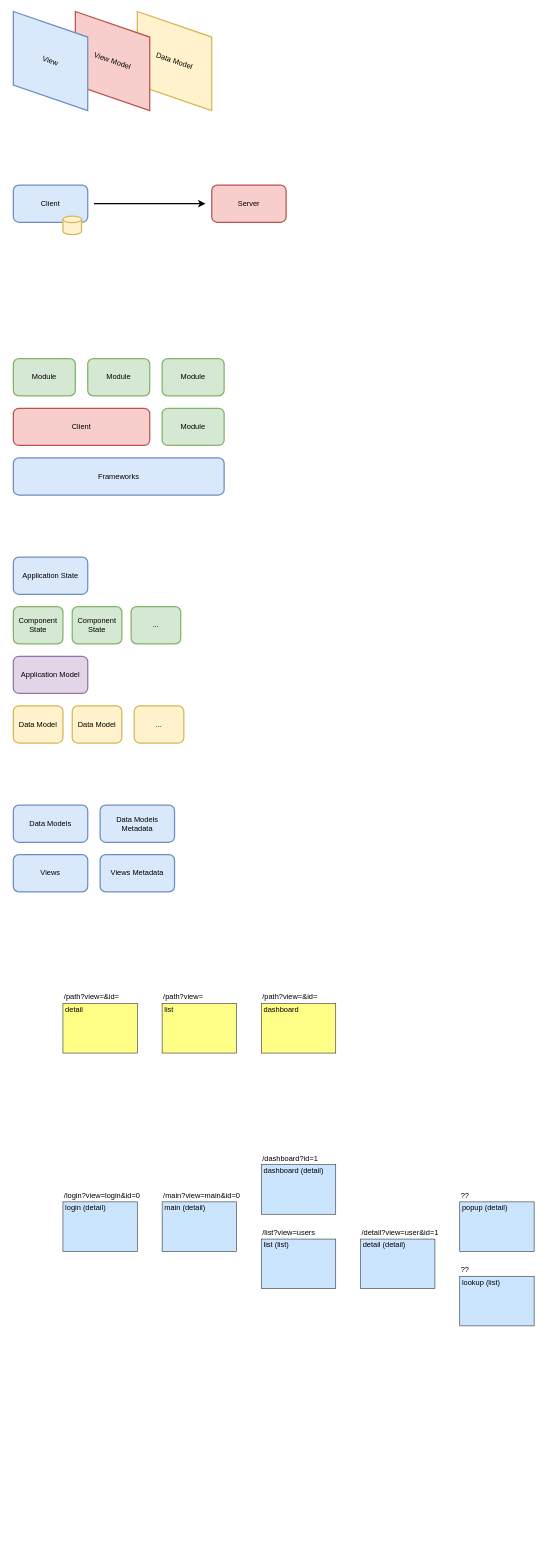
This is diagrams.drawio from neguso/architecture, a draw.io file, before an edit. Source tidied: cells renumbered, new cells numbered last; positions are measured from the earlier drawing's top-left corner, leaving out a move shared by most shapes. Both pictures are drawn from the tidied source at 62%, with x=0, y=0 at pixel (1, 24).
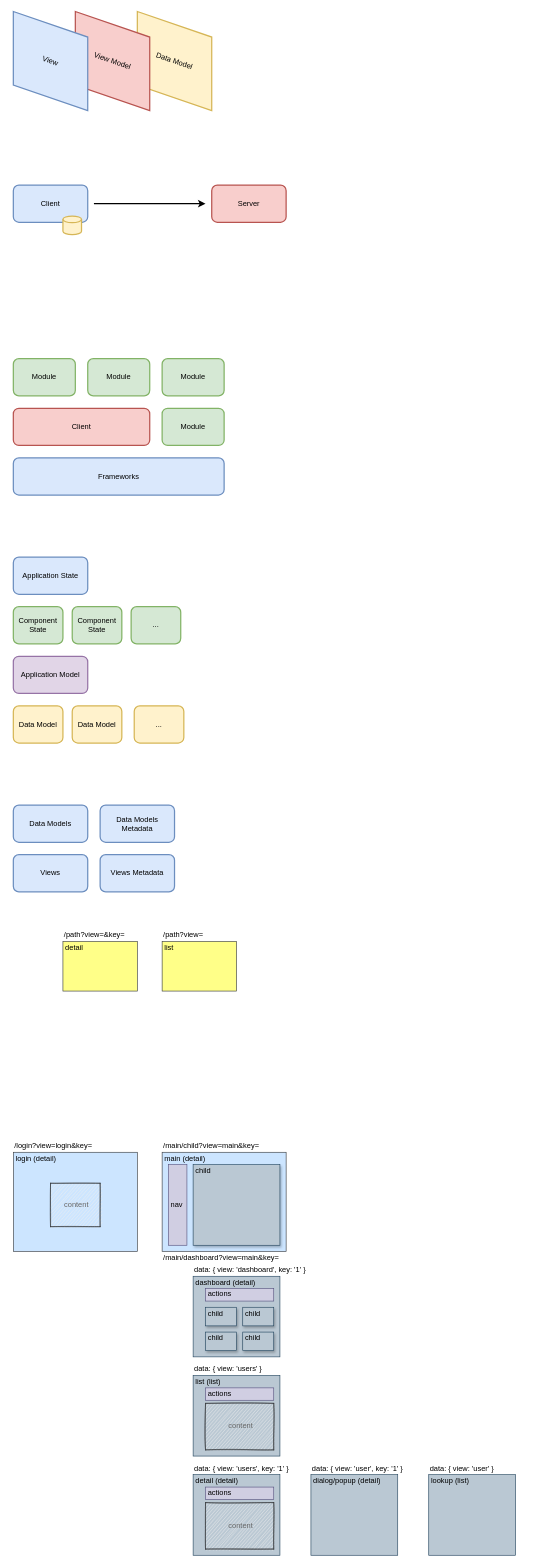
The same diagram, later.

What changed in the source:
```diff
@@
     <mxCell id="30" value="login (detail)" style="rounded=0;whiteSpace=wrap;html=1;fillColor=#cce5ff;strokeColor=#36393d;align=left;verticalAlign=top;spacing=0;spacingLeft=4;spacingTop=-2;fontFamily=Candara;" parent="1" vertex="1">
-      <mxGeometry x="100" y="1900" width="120" height="80" as="geometry" />
+      <mxGeometry x="20" y="1820" width="200" height="160" as="geometry" />
     </mxCell>
     <mxCell id="31" value="main (detail)" style="rounded=0;whiteSpace=wrap;html=1;fillColor=#cce5ff;strokeColor=#36393d;align=left;verticalAlign=top;spacing=0;spacingLeft=4;spacingTop=-2;fontFamily=Candara;" parent="1" vertex="1">
-      <mxGeometry x="260" y="1900" width="120" height="80" as="geometry" />
+      <mxGeometry x="260" y="1820" width="200" height="160" as="geometry" />
     </mxCell>
-    <mxCell id="32" value="dashboard (detail)" style="rounded=0;whiteSpace=wrap;html=1;fillColor=#cce5ff;strokeColor=#36393d;align=left;verticalAlign=top;spacing=0;spacingLeft=4;spacingTop=-2;fontFamily=Candara;" parent="1" vertex="1">
-      <mxGeometry x="420" y="1840" width="120" height="80" as="geometry" />
+    <mxCell id="32" value="dashboard (detail)" style="rounded=0;whiteSpace=wrap;html=1;fillColor=#bac8d3;strokeColor=#23445d;align=left;verticalAlign=top;spacing=0;spacingLeft=4;spacingTop=-2;fontFamily=Candara;" parent="1" vertex="1">
+      <mxGeometry x="310" y="2020" width="140" height="130" as="geometry" />
     </mxCell>
-    <mxCell id="33" value="list (list)" style="rounded=0;whiteSpace=wrap;html=1;fillColor=#cce5ff;strokeColor=#36393d;align=left;verticalAlign=top;spacing=0;spacingLeft=4;spacingTop=-2;fontFamily=Candara;" parent="1" vertex="1">
-      <mxGeometry x="420" y="1960" width="120" height="80" as="geometry" />
-    </mxCell>
-    <mxCell id="34" value="detail (detail)" style="rounded=0;whiteSpace=wrap;html=1;fillColor=#cce5ff;strokeColor=#36393d;align=left;verticalAlign=top;spacing=0;spacingLeft=4;spacingTop=-2;fontFamily=Candara;" parent="1" vertex="1">
-      <mxGeometry x="580" y="1960" width="120" height="80" as="geometry" />
-    </mxCell>
-    <mxCell id="35" value="popup (detail)" style="rounded=0;whiteSpace=wrap;html=1;fillColor=#cce5ff;strokeColor=#36393d;align=left;verticalAlign=top;spacing=0;spacingLeft=4;spacingTop=-2;fontFamily=Candara;" parent="1" vertex="1">
-      <mxGeometry x="740" y="1900" width="120" height="80" as="geometry" />
-    </mxCell>
-    <mxCell id="36" value="lookup (list)" style="rounded=0;whiteSpace=wrap;html=1;fillColor=#cce5ff;strokeColor=#36393d;align=left;verticalAlign=top;spacing=0;spacingLeft=4;spacingTop=-2;fontFamily=Candara;" parent="1" vertex="1">
-      <mxGeometry x="740" y="2020" width="120" height="80" as="geometry" />
-    </mxCell>
-    <mxCell id="37" value="/login?view=login&amp;amp;id=0" style="text;html=1;strokeColor=none;fillColor=none;align=left;verticalAlign=middle;rounded=0;fontFamily=Candara;" parent="1" vertex="1">
-      <mxGeometry x="100" y="1880" width="120" height="20" as="geometry" />
+    <mxCell id="37" value="/login?view=login&amp;amp;key=" style="text;html=1;strokeColor=none;fillColor=none;align=left;verticalAlign=middle;rounded=0;fontFamily=Candara;" parent="1" vertex="1">
+      <mxGeometry x="20" y="1800" width="200" height="20" as="geometry" />
     </mxCell>
-    <mxCell id="38" value="/main?view=main&amp;amp;id=0" style="text;html=1;strokeColor=none;fillColor=none;align=left;verticalAlign=middle;rounded=0;fontFamily=Candara;" parent="1" vertex="1">
-      <mxGeometry x="260" y="1880" width="120" height="20" as="geometry" />
+    <mxCell id="38" value="/main/child?view=main&amp;amp;key=" style="text;html=1;strokeColor=none;fillColor=none;align=left;verticalAlign=middle;rounded=0;fontFamily=Candara;" parent="1" vertex="1">
+      <mxGeometry x="260" y="1800" width="200" height="20" as="geometry" />
     </mxCell>
-    <mxCell id="39" value="/dashboard?id=1" style="text;html=1;strokeColor=none;fillColor=none;align=left;verticalAlign=middle;rounded=0;fontFamily=Candara;" parent="1" vertex="1">
-      <mxGeometry x="420" y="1820" width="120" height="20" as="geometry" />
-    </mxCell>
-    <mxCell id="40" value="/list?view=users" style="text;html=1;strokeColor=none;fillColor=none;align=left;verticalAlign=middle;rounded=0;fontFamily=Candara;" parent="1" vertex="1">
-      <mxGeometry x="420" y="1940" width="120" height="20" as="geometry" />
-    </mxCell>
-    <mxCell id="41" value="/detail?view=user&amp;amp;id=1" style="text;html=1;strokeColor=none;fillColor=none;align=left;verticalAlign=middle;rounded=0;fontFamily=Candara;" parent="1" vertex="1">
-      <mxGeometry x="580" y="1940" width="120" height="20" as="geometry" />
-    </mxCell>
     <mxCell id="42" value="detail" style="rounded=0;whiteSpace=wrap;html=1;fillColor=#ffff88;strokeColor=#36393d;align=left;verticalAlign=top;spacing=0;spacingLeft=4;spacingTop=-2;fontFamily=Candara;" parent="1" vertex="1">
-      <mxGeometry x="100" y="1580" width="120" height="80" as="geometry" />
+      <mxGeometry x="100" y="1480" width="120" height="80" as="geometry" />
     </mxCell>
     <mxCell id="43" value="list" style="rounded=0;whiteSpace=wrap;html=1;fillColor=#ffff88;strokeColor=#36393d;align=left;verticalAlign=top;spacing=0;spacingLeft=4;spacingTop=-2;fontFamily=Candara;" parent="1" vertex="1">
-      <mxGeometry x="260" y="1580" width="120" height="80" as="geometry" />
+      <mxGeometry x="260" y="1480" width="120" height="80" as="geometry" />
     </mxCell>
-    <mxCell id="44" value="/path?view=&amp;amp;id=" style="text;html=1;strokeColor=none;fillColor=none;align=left;verticalAlign=middle;rounded=0;fontFamily=Candara;" parent="1" vertex="1">
-      <mxGeometry x="100" y="1560" width="120" height="20" as="geometry" />
+    <mxCell id="44" value="/path?view=&amp;amp;key=" style="text;html=1;strokeColor=none;fillColor=none;align=left;verticalAlign=middle;rounded=0;fontFamily=Candara;" parent="1" vertex="1">
+      <mxGeometry x="100" y="1460" width="120" height="20" as="geometry" />
     </mxCell>
     <mxCell id="45" value="/path?view=" style="text;html=1;strokeColor=none;fillColor=none;align=left;verticalAlign=middle;rounded=0;fontFamily=Candara;" parent="1" vertex="1">
-      <mxGeometry x="260" y="1560" width="120" height="20" as="geometry" />
+      <mxGeometry x="260" y="1460" width="120" height="20" as="geometry" />
     </mxCell>
-    <mxCell id="46" value="dashboard" style="rounded=0;whiteSpace=wrap;html=1;fillColor=#ffff88;strokeColor=#36393d;align=left;verticalAlign=top;spacing=0;spacingLeft=4;spacingTop=-2;fontFamily=Candara;" parent="1" vertex="1">
-      <mxGeometry x="420" y="1580" width="120" height="80" as="geometry" />
-    </mxCell>
-    <mxCell id="47" value="??" style="text;html=1;strokeColor=none;fillColor=none;align=left;verticalAlign=middle;rounded=0;fontFamily=Candara;" parent="1" vertex="1">
-      <mxGeometry x="740" y="1880" width="120" height="20" as="geometry" />
-    </mxCell>
-    <mxCell id="48" value="??" style="text;html=1;strokeColor=none;fillColor=none;align=left;verticalAlign=middle;rounded=0;fontFamily=Candara;" parent="1" vertex="1">
-      <mxGeometry x="740" y="2000" width="120" height="20" as="geometry" />
-    </mxCell>
-    <mxCell id="49" value="/path?view=&amp;amp;id=" style="text;html=1;strokeColor=none;fillColor=none;align=left;verticalAlign=middle;rounded=0;fontFamily=Candara;" parent="1" vertex="1">
-      <mxGeometry x="420" y="1560" width="120" height="20" as="geometry" />
-    </mxCell>
+    <mxCell id="50" value="child" style="rounded=0;whiteSpace=wrap;html=1;fillColor=#bac8d3;align=left;verticalAlign=top;spacing=0;spacingLeft=4;spacingTop=-2;fontFamily=Candara;strokeColor=#23445d;shadow=1;" parent="1" vertex="1">
+      <mxGeometry x="310" y="1840" width="140" height="130" as="geometry" />
+    </mxCell>
+    <mxCell id="51" value="nav" style="rounded=0;whiteSpace=wrap;html=1;fillColor=#d0cee2;align=left;verticalAlign=middle;spacing=0;spacingLeft=4;spacingTop=-2;fontFamily=Candara;strokeColor=#56517e;shadow=0;" parent="1" vertex="1">
+      <mxGeometry x="270" y="1840" width="30" height="130" as="geometry" />
+    </mxCell>
+    <mxCell id="52" value="data: { view: '&lt;span&gt;dashboard&lt;/span&gt;', key: '1' }" style="text;html=1;strokeColor=none;fillColor=none;align=left;verticalAlign=middle;rounded=0;fontFamily=Candara;" parent="1" vertex="1">
+      <mxGeometry x="310" y="2000" width="140" height="20" as="geometry" />
+    </mxCell>
+    <mxCell id="33" value="list (list)" style="rounded=0;whiteSpace=wrap;html=1;fillColor=#bac8d3;strokeColor=#23445d;align=left;verticalAlign=top;spacing=0;spacingLeft=4;spacingTop=-2;fontFamily=Candara;" parent="1" vertex="1">
+      <mxGeometry x="310" y="2180" width="140" height="130" as="geometry" />
+    </mxCell>
+    <mxCell id="53" value="data:&amp;nbsp;{ view: '&lt;span&gt;users&lt;/span&gt;' }" style="text;html=1;strokeColor=none;fillColor=none;align=left;verticalAlign=middle;rounded=0;fontFamily=Candara;" parent="1" vertex="1">
+      <mxGeometry x="310" y="2160" width="140" height="20" as="geometry" />
+    </mxCell>
+    <mxCell id="54" value="data:&amp;nbsp;{ view: '&lt;span&gt;users&lt;/span&gt;', key: '1' }" style="text;html=1;strokeColor=none;fillColor=none;align=left;verticalAlign=middle;rounded=0;fontFamily=Candara;" parent="1" vertex="1">
+      <mxGeometry x="310" y="2320" width="140" height="20" as="geometry" />
+    </mxCell>
+    <mxCell id="34" value="detail (detail)" style="rounded=0;whiteSpace=wrap;html=1;fillColor=#bac8d3;strokeColor=#23445d;align=left;verticalAlign=top;spacing=0;spacingLeft=4;spacingTop=-2;fontFamily=Candara;" parent="1" vertex="1">
+      <mxGeometry x="310" y="2340" width="140" height="130" as="geometry" />
+    </mxCell>
+    <mxCell id="55" value="child" style="rounded=0;whiteSpace=wrap;html=1;fillColor=#bac8d3;align=left;verticalAlign=top;spacing=0;spacingLeft=4;spacingTop=-2;fontFamily=Candara;strokeColor=#23445d;shadow=1;" parent="1" vertex="1">
+      <mxGeometry x="330" y="2070" width="50" height="30" as="geometry" />
+    </mxCell>
+    <mxCell id="56" value="child" style="rounded=0;whiteSpace=wrap;html=1;fillColor=#bac8d3;align=left;verticalAlign=top;spacing=0;spacingLeft=4;spacingTop=-2;fontFamily=Candara;strokeColor=#23445d;shadow=1;" parent="1" vertex="1">
+      <mxGeometry x="390" y="2070" width="50" height="30" as="geometry" />
+    </mxCell>
+    <mxCell id="57" value="child" style="rounded=0;whiteSpace=wrap;html=1;fillColor=#bac8d3;align=left;verticalAlign=top;spacing=0;spacingLeft=4;spacingTop=-2;fontFamily=Candara;strokeColor=#23445d;shadow=1;" parent="1" vertex="1">
+      <mxGeometry x="390" y="2110" width="50" height="30" as="geometry" />
+    </mxCell>
+    <mxCell id="58" value="child" style="rounded=0;whiteSpace=wrap;html=1;fillColor=#bac8d3;align=left;verticalAlign=top;spacing=0;spacingLeft=4;spacingTop=-2;fontFamily=Candara;strokeColor=#23445d;shadow=1;" parent="1" vertex="1">
+      <mxGeometry x="330" y="2110" width="50" height="30" as="geometry" />
+    </mxCell>
+    <mxCell id="59" value="actions" style="rounded=0;whiteSpace=wrap;html=1;fillColor=#d0cee2;align=left;verticalAlign=middle;spacing=0;spacingLeft=4;spacingTop=-2;fontFamily=Candara;strokeColor=#56517e;shadow=0;" parent="1" vertex="1">
+      <mxGeometry x="330" y="2040" width="110" height="20" as="geometry" />
+    </mxCell>
+    <mxCell id="60" value="actions" style="rounded=0;whiteSpace=wrap;html=1;fillColor=#d0cee2;align=left;verticalAlign=middle;spacing=0;spacingLeft=4;spacingTop=-2;fontFamily=Candara;strokeColor=#56517e;shadow=0;" parent="1" vertex="1">
+      <mxGeometry x="330" y="2200" width="110" height="20" as="geometry" />
+    </mxCell>
+    <mxCell id="61" value="content" style="rounded=0;whiteSpace=wrap;html=1;align=center;verticalAlign=middle;spacing=0;spacingLeft=4;spacingTop=-2;fontFamily=Candara;sketch=1;fillColor=#eeeeee;strokeColor=#36393d;fontColor=#666666;" parent="1" vertex="1">
+      <mxGeometry x="80" y="1870" width="80" height="70" as="geometry" />
+    </mxCell>
+    <mxCell id="62" value="content" style="rounded=0;whiteSpace=wrap;html=1;align=center;verticalAlign=middle;spacing=0;spacingLeft=4;spacingTop=-2;fontFamily=Candara;sketch=1;fillColor=#eeeeee;strokeColor=#36393d;fontColor=#666666;" parent="1" vertex="1">
+      <mxGeometry x="330" y="2225" width="110" height="75" as="geometry" />
+    </mxCell>
+    <mxCell id="63" value="actions" style="rounded=0;whiteSpace=wrap;html=1;fillColor=#d0cee2;align=left;verticalAlign=middle;spacing=0;spacingLeft=4;spacingTop=-2;fontFamily=Candara;strokeColor=#56517e;shadow=0;" parent="1" vertex="1">
+      <mxGeometry x="330" y="2360" width="110" height="20" as="geometry" />
+    </mxCell>
+    <mxCell id="64" value="content" style="rounded=0;whiteSpace=wrap;html=1;align=center;verticalAlign=middle;spacing=0;spacingLeft=4;spacingTop=-2;fontFamily=Candara;sketch=1;fillColor=#eeeeee;strokeColor=#36393d;fontColor=#666666;" parent="1" vertex="1">
+      <mxGeometry x="330" y="2385" width="110" height="75" as="geometry" />
+    </mxCell>
+    <mxCell id="65" value="dialog/popup (detail)" style="rounded=0;whiteSpace=wrap;html=1;fillColor=#bac8d3;strokeColor=#23445d;align=left;verticalAlign=top;spacing=0;spacingLeft=4;spacingTop=-2;fontFamily=Candara;" parent="1" vertex="1">
+      <mxGeometry x="500" y="2340" width="140" height="130" as="geometry" />
+    </mxCell>
+    <mxCell id="66" value="data:&amp;nbsp;{ view: '&lt;span&gt;user&lt;/span&gt;', key: '1' }" style="text;html=1;strokeColor=none;fillColor=none;align=left;verticalAlign=middle;rounded=0;fontFamily=Candara;" parent="1" vertex="1">
+      <mxGeometry x="500" y="2320" width="140" height="20" as="geometry" />
+    </mxCell>
+    <mxCell id="36" value="lookup (list)" style="rounded=0;whiteSpace=wrap;html=1;fillColor=#bac8d3;strokeColor=#23445d;align=left;verticalAlign=top;spacing=0;spacingLeft=4;spacingTop=-2;fontFamily=Candara;" parent="1" vertex="1">
+      <mxGeometry x="690" y="2340" width="140" height="130" as="geometry" />
+    </mxCell>
+    <mxCell id="67" value="data:&amp;nbsp;{ view: '&lt;span&gt;user&lt;/span&gt;' }" style="text;html=1;strokeColor=none;fillColor=none;align=left;verticalAlign=middle;rounded=0;fontFamily=Candara;" parent="1" vertex="1">
+      <mxGeometry x="690" y="2320" width="140" height="20" as="geometry" />
+    </mxCell>
+    <mxCell id="68" value="/main/dashboard?view=main&amp;amp;key=" style="text;html=1;strokeColor=none;fillColor=none;align=left;verticalAlign=middle;rounded=0;fontFamily=Candara;" parent="1" vertex="1">
+      <mxGeometry x="260" y="1980" width="200" height="20" as="geometry" />
+    </mxCell>
```
